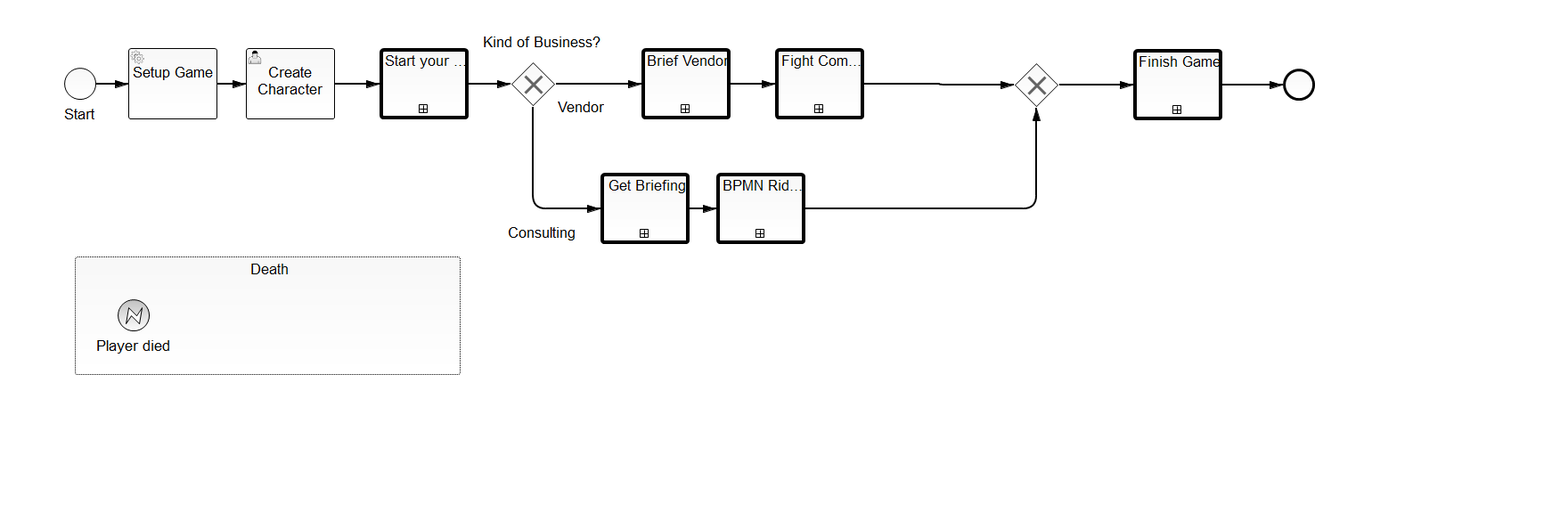
Above: src/main/resources/ceo.png in NPDeehan/bpmn-quest (BPMN), before the change. Its source is kept beside it as src/main/resources/ceo.bpmn. Ids are renumbered.
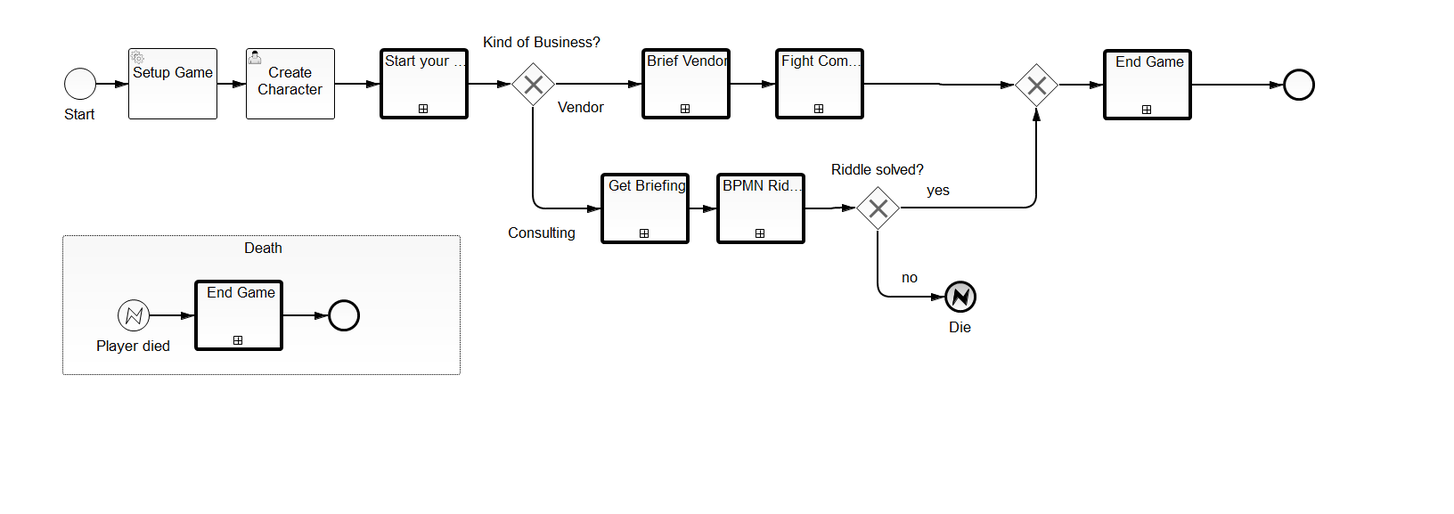
After the change.

Commit message:
:camel: (ceo): die if you dont solve the riddle. Loser.

The edit, as a diff of the source:
```diff
@@ -62,10 +62,10 @@
       <bpmn2:outgoing>SequenceFlow_8</bpmn2:outgoing>
     </bpmn2:callActivity>
     <bpmn2:sequenceFlow id="SequenceFlow_8" name="" sourceRef="CallActivity_4" targetRef="CallActivity_3"/>
-    <bpmn2:sequenceFlow id="SequenceFlow_10" name="" sourceRef="CallActivity_3" targetRef="ExclusiveGateway_2"/>
+    <bpmn2:sequenceFlow id="SequenceFlow_10" name="" sourceRef="CallActivity_3" targetRef="ExclusiveGateway_3"/>
     <bpmn2:exclusiveGateway id="ExclusiveGateway_2">
-      <bpmn2:incoming>SequenceFlow_10</bpmn2:incoming>
       <bpmn2:incoming>SequenceFlow_12</bpmn2:incoming>
+      <bpmn2:incoming>SequenceFlow_17</bpmn2:incoming>
       <bpmn2:outgoing>SequenceFlow_15</bpmn2:outgoing>
     </bpmn2:exclusiveGateway>
     <bpmn2:endEvent id="EndEvent_1">
@@ -125,6 +125,19 @@
     </bpmn2:callActivity>
     <bpmn2:sequenceFlow id="SequenceFlow_15" name="" sourceRef="ExclusiveGateway_2" targetRef="CallActivity_8"/>
     <bpmn2:sequenceFlow id="SequenceFlow_16" name="" sourceRef="CallActivity_8" targetRef="EndEvent_1"/>
+    <bpmn2:exclusiveGateway id="ExclusiveGateway_3" name="Riddle solved?">
+      <bpmn2:incoming>SequenceFlow_10</bpmn2:incoming>
+      <bpmn2:outgoing>SequenceFlow_17</bpmn2:outgoing>
+      <bpmn2:outgoing>SequenceFlow_18</bpmn2:outgoing>
+    </bpmn2:exclusiveGateway>
+    <bpmn2:sequenceFlow id="SequenceFlow_17" name="yes" sourceRef="ExclusiveGateway_3" targetRef="ExclusiveGateway_2">
+      <bpmn2:conditionExpression xsi:type="bpmn2:tFormalExpression">#{riddleSolved}</bpmn2:conditionExpression>
+    </bpmn2:sequenceFlow>
+    <bpmn2:endEvent id="EndEvent_3" name="Die">
+      <bpmn2:incoming>SequenceFlow_18</bpmn2:incoming>
+      <bpmn2:errorEventDefinition id="_ErrorEventDefinition_6" errorRef="Error_1"/>
+    </bpmn2:endEvent>
+    <bpmn2:sequenceFlow id="SequenceFlow_18" name="no" sourceRef="ExclusiveGateway_3" targetRef="EndEvent_3"/>
   </bpmn2:process>
   <bpmn2:error id="Error_1" errorCode="playerDied" name="Player died"/>
   <bpmndi:BPMNDiagram id="BPMNDiagram_1">
@@ -215,13 +228,13 @@
           <dc:Bounds height="0.0" width="0.0" x="1163.0" y="125.0"/>
         </bpmndi:BPMNLabel>
       </bpmndi:BPMNShape>
-      <bpmndi:BPMNEdge id="BPMNEdge_SequenceFlow_10" bpmnElement="SequenceFlow_10" sourceElement="_BPMNShape_CallActivity_9" targetElement="_BPMNShape_ExclusiveGateway_11">
+      <bpmndi:BPMNEdge id="BPMNEdge_SequenceFlow_10" bpmnElement="SequenceFlow_10" sourceElement="_BPMNShape_CallActivity_9" targetElement="_BPMNShape_ExclusiveGateway_12">
         <di:waypoint xsi:type="dc:Point" x="904.0" y="234.0"/>
-        <di:waypoint xsi:type="dc:Point" x="943.0" y="234.0"/>
-        <di:waypoint xsi:type="dc:Point" x="1163.0" y="234.0"/>
-        <di:waypoint xsi:type="dc:Point" x="1163.0" y="120.0"/>
+        <di:waypoint xsi:type="dc:Point" x="933.0" y="234.0"/>
+        <di:waypoint xsi:type="dc:Point" x="933.0" y="233.0"/>
+        <di:waypoint xsi:type="dc:Point" x="960.0" y="233.0"/>
         <bpmndi:BPMNLabel>
-          <dc:Bounds height="6.0" width="6.0" x="1010.0" y="234.0"/>
+          <dc:Bounds height="6.0" width="6.0" x="918.0" y="234.0"/>
         </bpmndi:BPMNLabel>
       </bpmndi:BPMNEdge>
       <bpmndi:BPMNShape id="_BPMNShape_CallActivity_11" bpmnElement="CallActivity_5">
@@ -283,6 +296,31 @@
         <di:waypoint xsi:type="dc:Point" x="1338.0" y="95.0"/>
         <di:waypoint xsi:type="dc:Point" x="1440.0" y="95.0"/>
       </bpmndi:BPMNEdge>
+      <bpmndi:BPMNShape id="_BPMNShape_ExclusiveGateway_12" bpmnElement="ExclusiveGateway_3" isMarkerVisible="true">
+        <dc:Bounds height="50.0" width="50.0" x="960.0" y="208.0"/>
+        <bpmndi:BPMNLabel>
+          <dc:Bounds height="25.0" width="110.0" x="931.0" y="179.0"/>
+        </bpmndi:BPMNLabel>
+      </bpmndi:BPMNShape>
+      <bpmndi:BPMNEdge id="BPMNEdge_SequenceFlow_17" bpmnElement="SequenceFlow_17" sourceElement="_BPMNShape_ExclusiveGateway_12" targetElement="_BPMNShape_ExclusiveGateway_11">
+        <di:waypoint xsi:type="dc:Point" x="1010.0" y="233.0"/>
+        <di:waypoint xsi:type="dc:Point" x="1163.0" y="233.0"/>
+        <di:waypoint xsi:type="dc:Point" x="1163.0" y="120.0"/>
+        <bpmndi:BPMNLabel>
+          <dc:Bounds height="25.0" width="32.0" x="1038.0" y="202.0"/>
+        </bpmndi:BPMNLabel>
+      </bpmndi:BPMNEdge>
+      <bpmndi:BPMNShape id="_BPMNShape_EndEvent_42" bpmnElement="EndEvent_3">
+        <dc:Bounds height="36.0" width="36.0" x="1060.0" y="315.0"/>
+      </bpmndi:BPMNShape>
+      <bpmndi:BPMNEdge id="BPMNEdge_SequenceFlow_18" bpmnElement="SequenceFlow_18" sourceElement="_BPMNShape_ExclusiveGateway_12" targetElement="_BPMNShape_EndEvent_42">
+        <di:waypoint xsi:type="dc:Point" x="985.0" y="258.0"/>
+        <di:waypoint xsi:type="dc:Point" x="985.0" y="333.0"/>
+        <di:waypoint xsi:type="dc:Point" x="1060.0" y="333.0"/>
+        <bpmndi:BPMNLabel>
+          <dc:Bounds height="25.0" width="24.0" x="1010.0" y="300.0"/>
+        </bpmndi:BPMNLabel>
+      </bpmndi:BPMNEdge>
     </bpmndi:BPMNPlane>
   </bpmndi:BPMNDiagram>
 </bpmn2:definitions>
```
